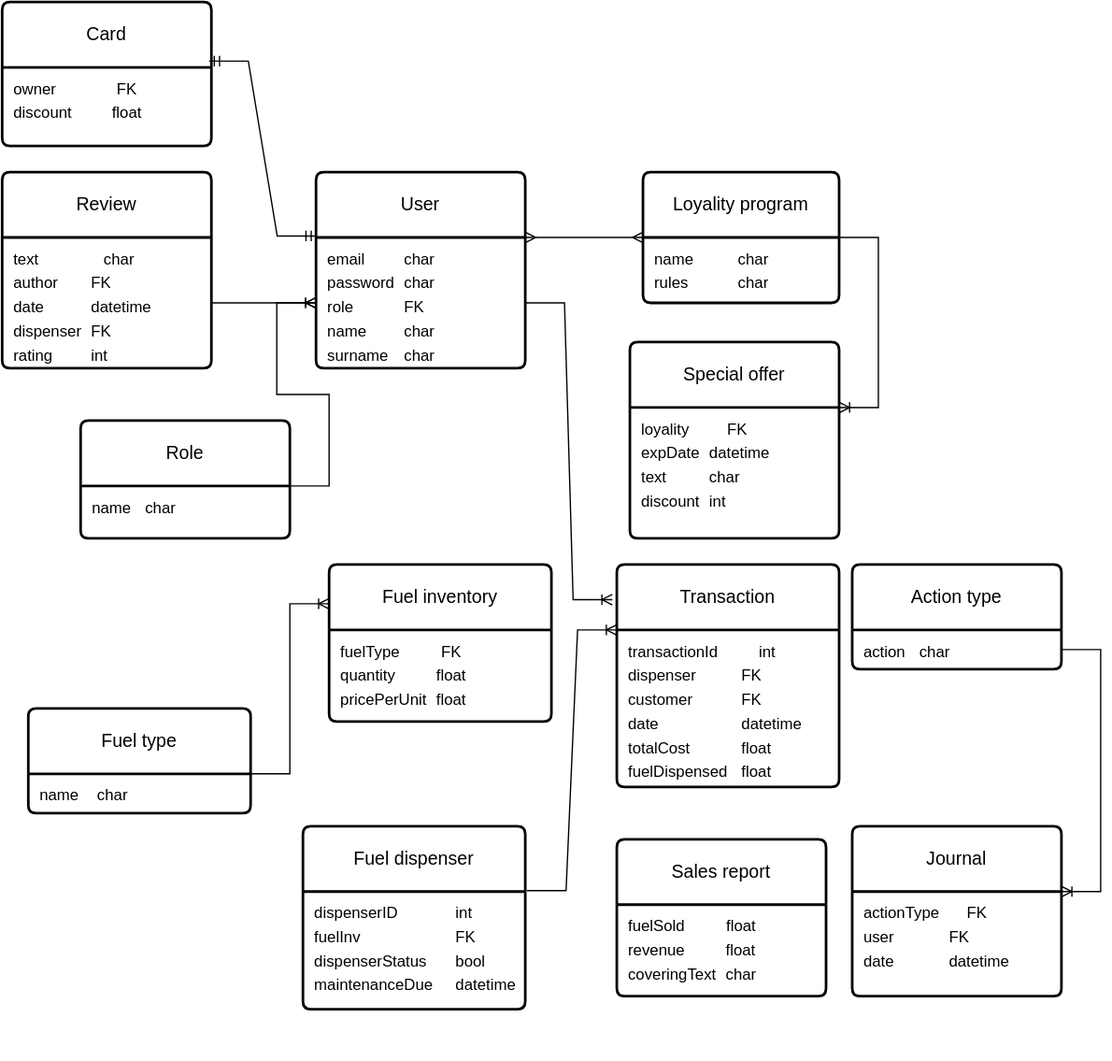
Egorallo/DMaDB keeps this draw.io diagram as bd.svg. Above is the earlier version. Source tidied: cells renumbered, new cells last; positions are measured from the earlier drawing's top-left corner, leaving out a move shared by most shapes.
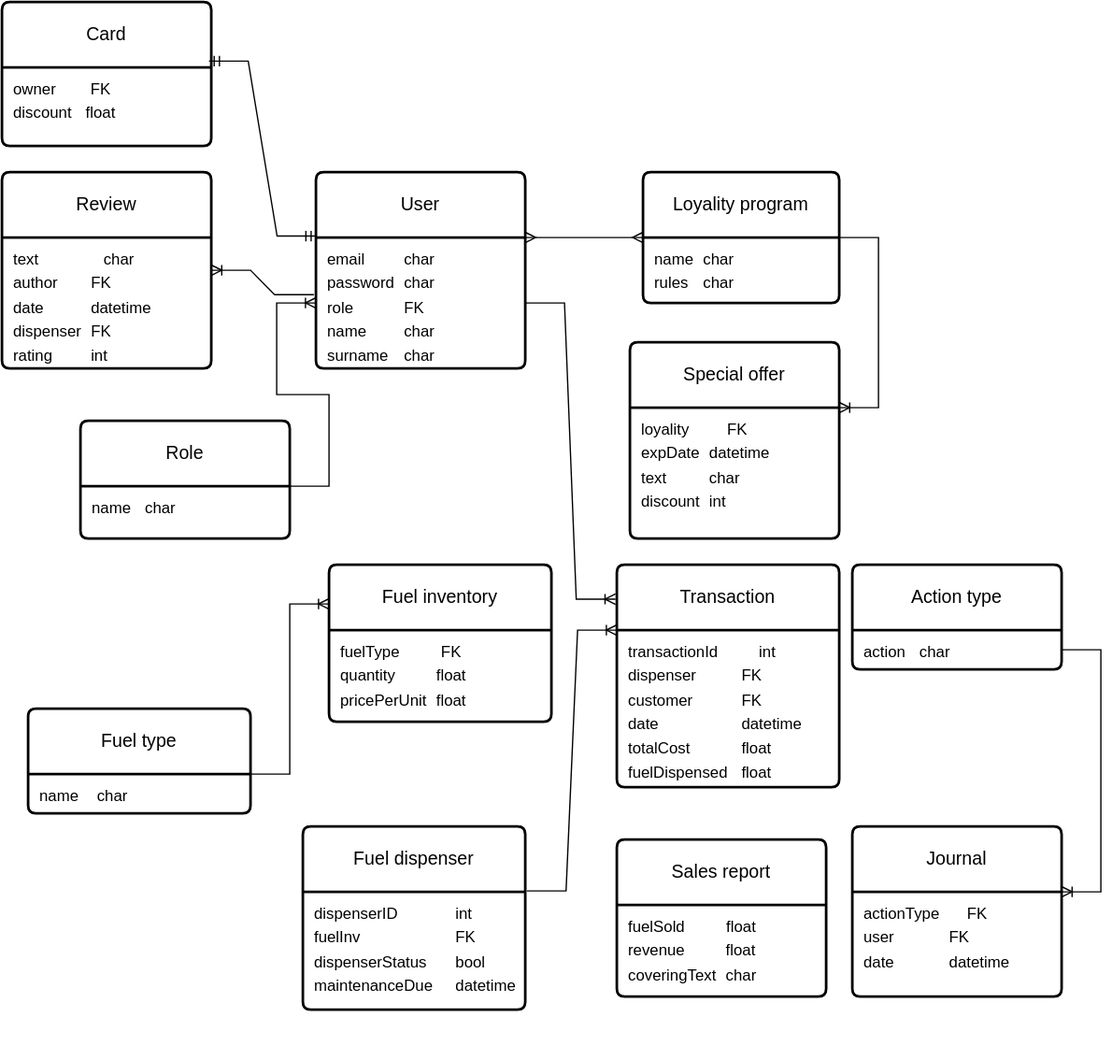
Later version of the same file.

What changed in the source:
```diff
@@ -113,16 +113,13 @@
     <mxCell id="38" style="edgeStyle=entityRelationEdgeStyle;fontSize=12;html=1;endArrow=ERoneToMany;rounded=0;entryX=0;entryY=0.5;entryDx=0;entryDy=0;exitX=1;exitY=0;exitDx=0;exitDy=0;" parent="1" edge="1" source="6" target="3">
       <mxGeometry relative="1" as="geometry" />
     </mxCell>
-    <mxCell id="39" style="edgeStyle=entityRelationEdgeStyle;fontSize=12;html=1;endArrow=ERoneToMany;rounded=0;exitX=1;exitY=0.5;exitDx=0;exitDy=0;entryX=0;entryY=0.5;entryDx=0;entryDy=0;" parent="1" edge="1" source="21" target="3">
-      <mxGeometry relative="1" as="geometry" />
-    </mxCell>
     <mxCell id="40" style="edgeStyle=entityRelationEdgeStyle;fontSize=12;html=1;endArrow=ERoneToMany;rounded=0;exitX=1;exitY=0;exitDx=0;exitDy=0;entryX=1;entryY=0;entryDx=0;entryDy=0;" parent="1" edge="1" source="24" target="27">
       <mxGeometry relative="1" as="geometry" />
     </mxCell>
     <mxCell id="41" style="edgeStyle=entityRelationEdgeStyle;fontSize=12;html=1;endArrow=ERoneToMany;rounded=0;entryX=0;entryY=0;entryDx=0;entryDy=0;exitX=1.007;exitY=0.352;exitDx=0;exitDy=0;exitPerimeter=0;" parent="1" edge="1" source="8" target="12">
       <mxGeometry relative="1" as="geometry" />
     </mxCell>
-    <mxCell id="42" style="edgeStyle=entityRelationEdgeStyle;fontSize=12;html=1;endArrow=ERoneToMany;rounded=0;exitX=1;exitY=0.5;exitDx=0;exitDy=0;entryX=-0.02;entryY=0.158;entryDx=0;entryDy=0;entryPerimeter=0;" parent="1" edge="1" source="3" target="11">
+    <mxCell id="42" style="edgeStyle=entityRelationEdgeStyle;fontSize=12;html=1;endArrow=ERoneToMany;rounded=0;exitX=1;exitY=0.5;exitDx=0;exitDy=0;entryX=-0.006;entryY=0.155;entryDx=0;entryDy=0;entryPerimeter=0;" parent="1" edge="1" source="3" target="11">
       <mxGeometry relative="1" as="geometry" />
     </mxCell>
     <mxCell id="43" style="edgeStyle=entityRelationEdgeStyle;fontSize=12;html=1;endArrow=ERoneToMany;rounded=0;entryX=0;entryY=0.25;entryDx=0;entryDy=0;exitX=1;exitY=0;exitDx=0;exitDy=0;" parent="1" edge="1" source="18" target="14">
@@ -148,5 +145,8 @@
     <mxCell id="49" style="edgeStyle=entityRelationEdgeStyle;fontSize=12;html=1;endArrow=ERmandOne;startArrow=ERmandOne;rounded=0;exitX=0.989;exitY=0.411;exitDx=0;exitDy=0;entryX=0.002;entryY=0.326;entryDx=0;entryDy=0;entryPerimeter=0;exitPerimeter=0;" parent="1" edge="1" source="46" target="2">
       <mxGeometry relative="1" as="geometry" />
     </mxCell>
+    <mxCell id="50" style="edgeStyle=entityRelationEdgeStyle;fontSize=12;html=1;endArrow=ERoneToMany;rounded=0;entryX=1;entryY=0.25;entryDx=0;entryDy=0;exitX=-0.01;exitY=0.437;exitDx=0;exitDy=0;exitPerimeter=0;" parent="1" edge="1" source="3" target="21">
+      <mxGeometry relative="1" as="geometry" />
+    </mxCell>
   </root>
 </mxGraphModel>
```
